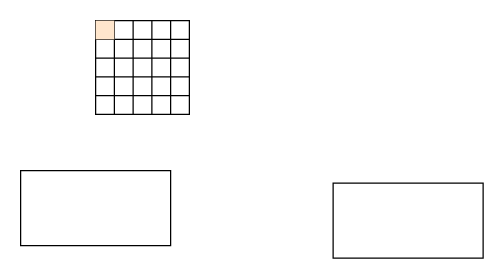
Earlier version of the draw.io diagram 未命名绘图.drawio (wanglinxiao/deep-learning). Source tidied: cells renumbered, new cells numbered last; positions are measured from the earlier drawing's top-left corner, leaving out a move shared by most shapes. Both pictures are drawn from the tidied source at 125%, with x=0, y=0 at pixel (20, 20).
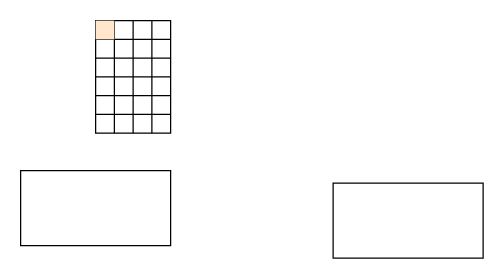
After the change.

Commit message (it also covers changes not shown here):
更新未命名绘图.drawio

The edit, as a diff of the source:
```diff
@@
     <mxCell id="2" style="shape=table;startSize=0;childLayout=tableLayout;fontSize=16;" parent="1" vertex="1">
-      <mxGeometry x="60" width="75" height="75" as="geometry" />
+      <mxGeometry x="60" width="60" height="90" as="geometry" />
     </mxCell>
     <mxCell id="3" style="shape=tableRow;horizontal=0;startSize=0;swimlaneHead=0;swimlaneBody=0;strokeColor=inherit;top=0;left=0;bottom=0;right=0;fillColor=none;fontSize=16;" parent="2" vertex="1">
-      <mxGeometry width="75" height="15" as="geometry" />
+      <mxGeometry width="60" height="15" as="geometry" />
     </mxCell>
@@
-    <mxCell id="8" style="shape=partialRectangle;html=1;whiteSpace=wrap;strokeColor=inherit;overflow=hidden;fillColor=none;top=0;left=0;bottom=0;right=0;fontSize=16;" parent="3" vertex="1">
-      <mxGeometry x="60" width="15" height="15" as="geometry" />
-    </mxCell>
     <mxCell id="9" style="shape=tableRow;horizontal=0;startSize=0;swimlaneHead=0;swimlaneBody=0;strokeColor=inherit;top=0;left=0;bottom=0;right=0;fillColor=none;fontSize=16;" parent="2" vertex="1">
-      <mxGeometry y="15" width="75" height="15" as="geometry" />
+      <mxGeometry y="15" width="60" height="15" as="geometry" />
     </mxCell>
@@
-    <mxCell id="14" style="shape=partialRectangle;html=1;whiteSpace=wrap;strokeColor=inherit;overflow=hidden;fillColor=none;top=0;left=0;bottom=0;right=0;fontSize=16;" parent="9" vertex="1">
-      <mxGeometry x="60" width="15" height="15" as="geometry" />
-    </mxCell>
     <mxCell id="15" style="shape=tableRow;horizontal=0;startSize=0;swimlaneHead=0;swimlaneBody=0;strokeColor=inherit;top=0;left=0;bottom=0;right=0;fillColor=none;fontSize=16;" parent="2" vertex="1">
-      <mxGeometry y="30" width="75" height="15" as="geometry" />
+      <mxGeometry y="30" width="60" height="15" as="geometry" />
     </mxCell>
@@
-    <mxCell id="20" style="shape=partialRectangle;html=1;whiteSpace=wrap;strokeColor=inherit;overflow=hidden;fillColor=none;top=0;left=0;bottom=0;right=0;fontSize=16;" parent="15" vertex="1">
-      <mxGeometry x="60" width="15" height="15" as="geometry" />
-    </mxCell>
     <mxCell id="21" style="shape=tableRow;horizontal=0;startSize=0;swimlaneHead=0;swimlaneBody=0;strokeColor=inherit;top=0;left=0;bottom=0;right=0;fillColor=none;fontSize=16;" parent="2" vertex="1">
-      <mxGeometry y="45" width="75" height="15" as="geometry" />
+      <mxGeometry y="45" width="60" height="15" as="geometry" />
     </mxCell>
@@
-    <mxCell id="26" style="shape=partialRectangle;html=1;whiteSpace=wrap;strokeColor=inherit;overflow=hidden;fillColor=none;top=0;left=0;bottom=0;right=0;fontSize=16;" parent="21" vertex="1">
-      <mxGeometry x="60" width="15" height="15" as="geometry" />
-    </mxCell>
     <mxCell id="27" style="shape=tableRow;horizontal=0;startSize=0;swimlaneHead=0;swimlaneBody=0;strokeColor=inherit;top=0;left=0;bottom=0;right=0;fillColor=none;fontSize=16;" parent="2" vertex="1">
-      <mxGeometry y="60" width="75" height="15" as="geometry" />
+      <mxGeometry y="60" width="60" height="15" as="geometry" />
     </mxCell>
@@
-    <mxCell id="32" style="shape=partialRectangle;html=1;whiteSpace=wrap;strokeColor=inherit;overflow=hidden;fillColor=none;top=0;left=0;bottom=0;right=0;fontSize=16;" parent="27" vertex="1">
-      <mxGeometry x="60" width="15" height="15" as="geometry" />
-    </mxCell>
+    <mxCell id="35" style="shape=tableRow;horizontal=0;startSize=0;swimlaneHead=0;swimlaneBody=0;strokeColor=inherit;top=0;left=0;bottom=0;right=0;fillColor=none;fontSize=16;" parent="2" vertex="1">
+      <mxGeometry y="75" width="60" height="15" as="geometry" />
+    </mxCell>
+    <mxCell id="36" style="shape=partialRectangle;html=1;whiteSpace=wrap;strokeColor=inherit;overflow=hidden;fillColor=none;top=0;left=0;bottom=0;right=0;fontSize=16;" parent="35" vertex="1">
+      <mxGeometry width="15" height="15" as="geometry" />
+    </mxCell>
+    <mxCell id="37" style="shape=partialRectangle;html=1;whiteSpace=wrap;strokeColor=inherit;overflow=hidden;fillColor=none;top=0;left=0;bottom=0;right=0;fontSize=16;" parent="35" vertex="1">
+      <mxGeometry x="15" width="15" height="15" as="geometry" />
+    </mxCell>
+    <mxCell id="38" style="shape=partialRectangle;html=1;whiteSpace=wrap;strokeColor=inherit;overflow=hidden;fillColor=none;top=0;left=0;bottom=0;right=0;fontSize=16;" parent="35" vertex="1">
+      <mxGeometry x="30" width="15" height="15" as="geometry" />
+    </mxCell>
+    <mxCell id="39" style="shape=partialRectangle;html=1;whiteSpace=wrap;strokeColor=inherit;overflow=hidden;fillColor=none;top=0;left=0;bottom=0;right=0;fontSize=16;" parent="35" vertex="1">
+      <mxGeometry x="45" width="15" height="15" as="geometry" />
+    </mxCell>
```
